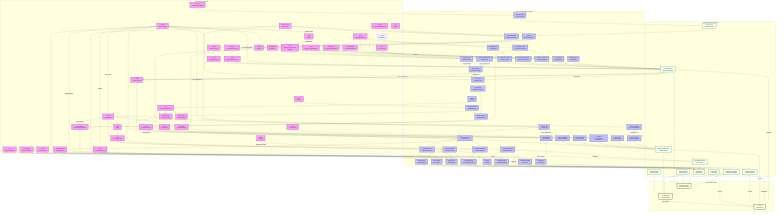
Above: docs/figures/scoliosis_mechanism_map.png in sayuj1989-ops/life (Mermaid), before the change. Its source is kept beside it as docs/figures/scoliosis_mechanism_map.mmd.
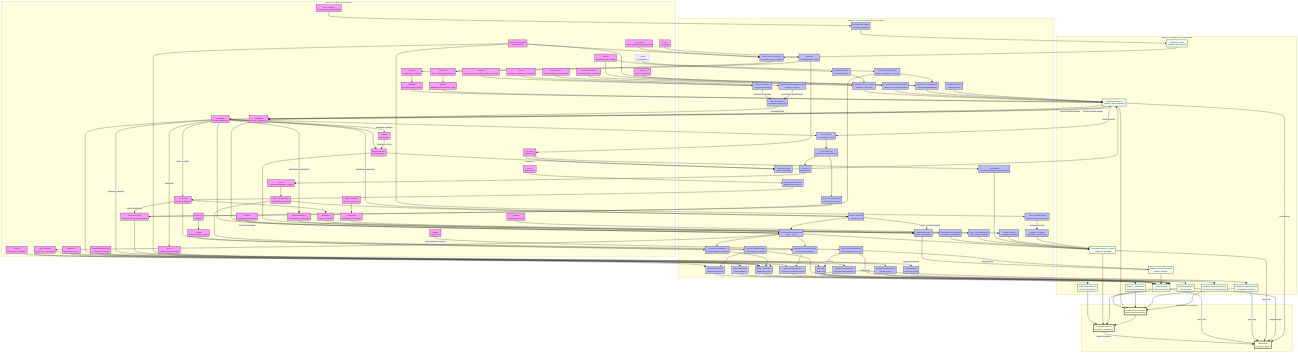
Later version of the same file.

Commit message:
weekly-map: add PIEZO1-BMP2 Ossification Brake arc

The edit, as a diff of the source:
```diff
@@ -38,6 +38,7 @@
         KCNQ[KCNQ<br/>Potassium Channel]
         GPX4[GPX4<br/>Antioxidant Defense]
         CAV1[CAV1<br/>Caveolin-1]
+        BMP2[BMP2/Smad<br/>Osteogenic Signaling]
     end
 
     subgraph Processes [Cellular & Developmental Processes]
@@ -279,7 +280,10 @@
     CAV1 --> Membrane_Tension
     Membrane_Tension --> YAP
 
-    class HOX,COL,PIEZO1,PIEZO2,CILIA,LBX1,ADGRG6,PTK7,YAP,PKD2L1,MMP,URP,UTS2R,GFAP,VIM,LAMIN,BMAL1,RUNX3,METTL3,ESR1,MELATONIN,MT2,HIF1A,POC5,DSTYK,TFEB,Beta_Catenin,DPY19L1L,IGF1R,GHR,SOST,FBN1,CCN,PPARGC1A,KCNQ,GPX4,CAV1 gene;
+    PIEZO1 -- "Calcineurin Inhibition" --> BMP2
+    BMP2 --> Osteogenesis
+
+    class HOX,COL,PIEZO1,PIEZO2,CILIA,LBX1,ADGRG6,PTK7,YAP,PKD2L1,MMP,URP,UTS2R,GFAP,VIM,LAMIN,BMAL1,RUNX3,METTL3,ESR1,MELATONIN,MT2,HIF1A,POC5,DSTYK,TFEB,Beta_Catenin,DPY19L1L,IGF1R,GHR,SOST,FBN1,CCN,PPARGC1A,KCNQ,GPX4,CAV1,BMP2 gene;
     class Region,ECM_Assembly,Mech_Trans,Sym_Break,Neur_Diff,Muscle_Diff,Disc_Maint,PCP_Sig,Nucl_Shuttle,CSF_Sensing,Degradation,Astrogliosis,mtROS,Adipogenesis,Hydraulic_Congestion,Immune_Infilt,Circadian_Entrain,Proprio_Maint,H3K9me3,VCL_Stasis,Glymphatic_Stasis,Vestibular_Input,Gi_cAMP,Ciliary_Tuning,Hypoxia,Osteogenesis,Ciliary_Splint,Vacuole_Biogenesis,C_Mannosylation,Rapid_Growth,Energy_Deficit,mtBiogenesis,Fibrosis,TGFB,Osteocyte_Dendrite,Actin_Dynamics,VEGF_A,Ferroptosis,Membrane_Tension process;
     class Rest_Kappa,Stiffness,Torsional_Stiffness,Gain,Torsion,Muscle_Tone,Anisotropy,TMD,Reissner_Fiber,Growth_Plate_Dysplasia tissue;
     class S_Curve,Stability,Scoliosis outcome;
```
